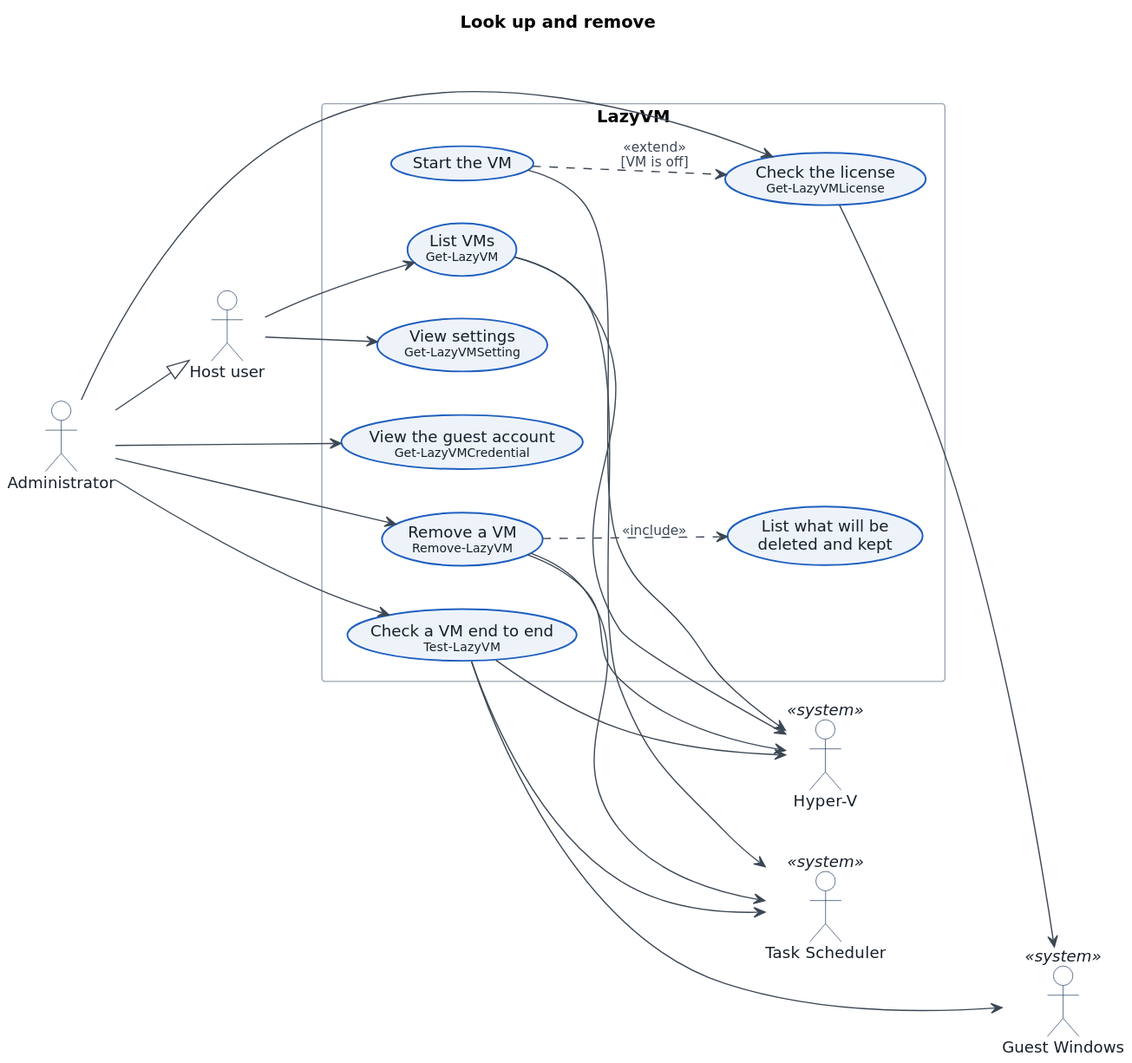
downerboy/LazyVM keeps this PlantUML diagram as docs/use-cases/08-lookup-remove.svg. Above is the earlier version.
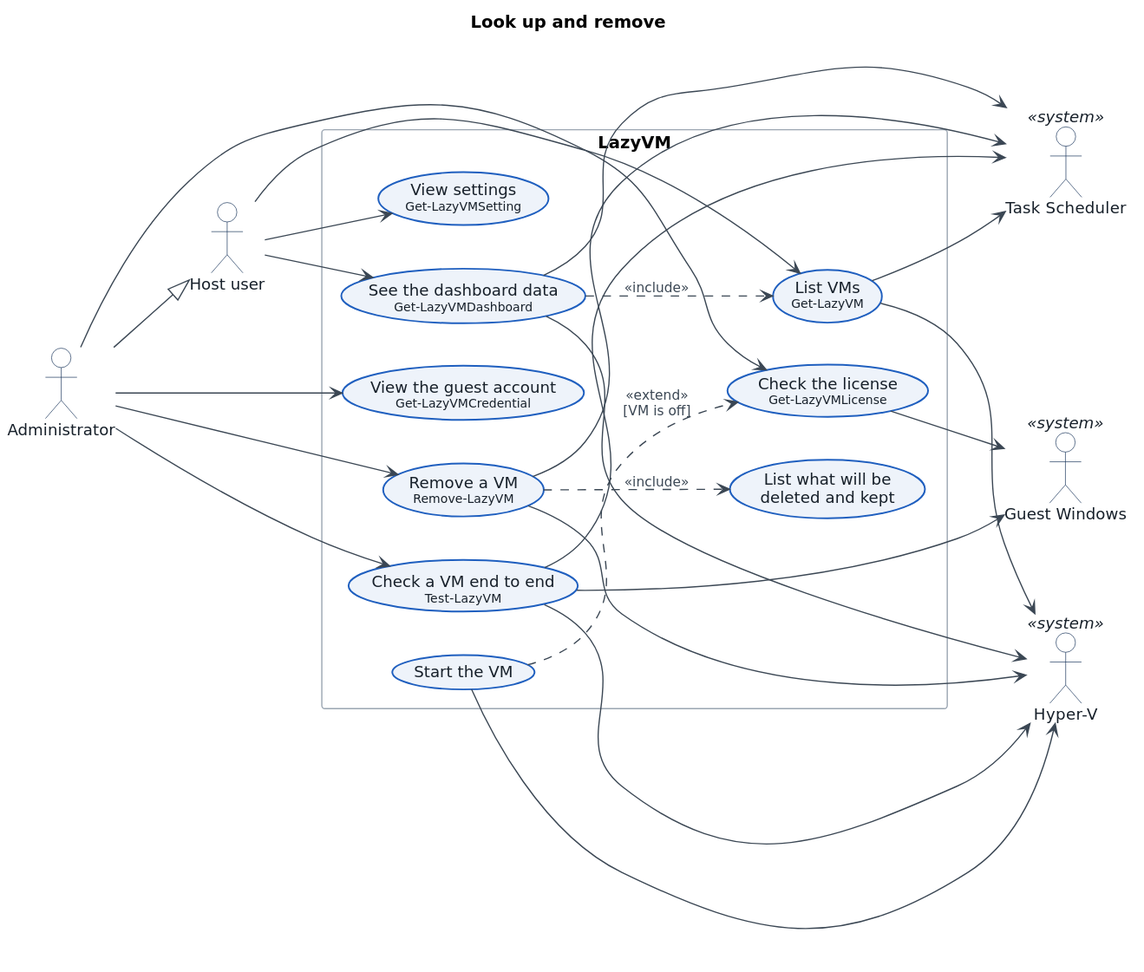
The same diagram one commit later.

What changed in the source:
```diff
@@ -8,6 +8,7 @@
 
 rectangle "LazyVM" {
   usecase "List VMs\n<size:10>Get-LazyVM</size>" as List
+  usecase "See the dashboard data\n<size:10>Get-LazyVMDashboard</size>" as Dash
   usecase "View settings\n<size:10>Get-LazyVMSetting</size>" as Set
   usecase "View the guest account\n<size:10>Get-LazyVMCredential</size>" as CredV
   usecase "Check the license\n<size:10>Get-LazyVMLicense</size>" as Lic
@@ -22,6 +23,7 @@
 actor "Guest Windows" as Guest <<system>>
 
 User --> List
+User --> Dash
 User --> Set
 Admin --> CredV
 Admin --> Lic
@@ -33,6 +35,9 @@
 
 List --> HV
 List --> TS
+Dash ..> List : <<include>>
+Dash --> HV
+Dash --> TS
 Lic --> Guest
 Test --> HV
 Test --> TS
```
